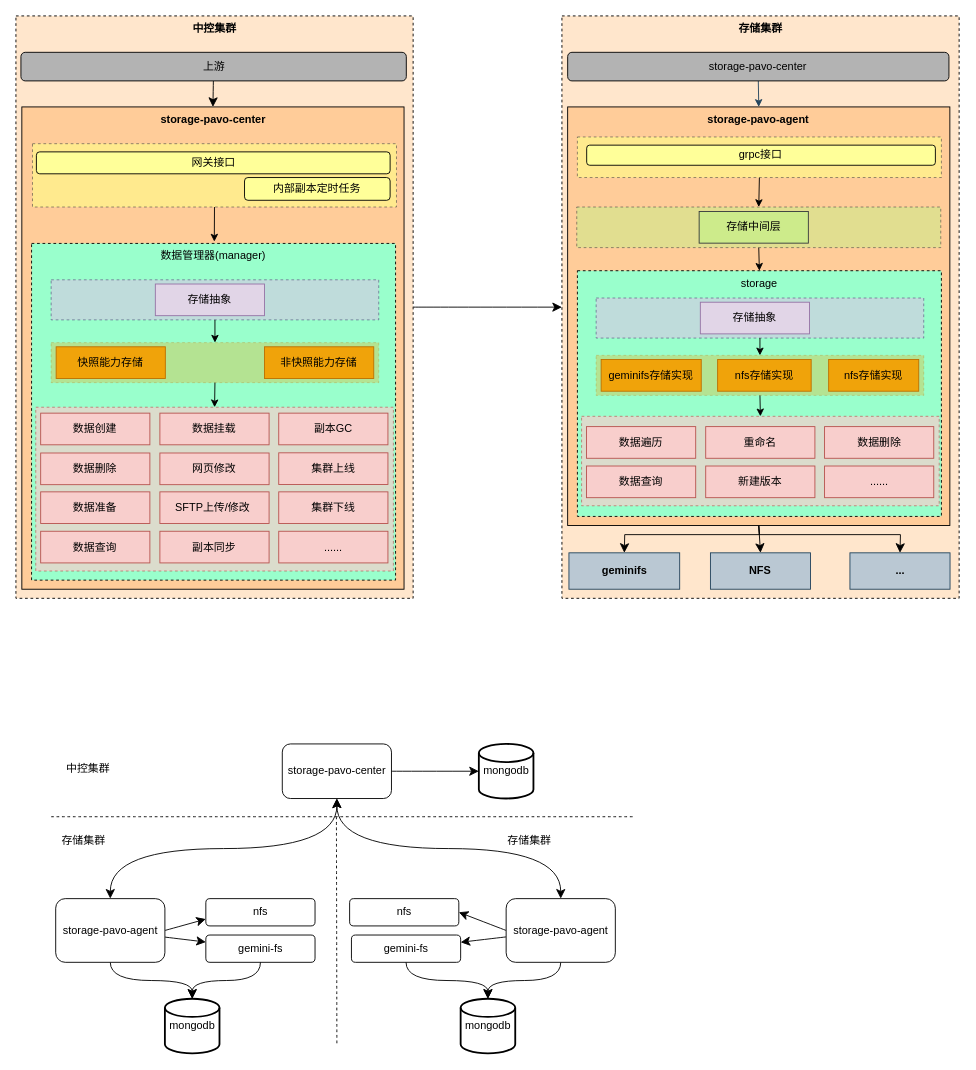
Earlier version of the draw.io diagram page "Page-2" (2 of 2) of 存储/智算中心存储改造.drawio (paochiang/draw). Source tidied: cells renumbered, new cells numbered last; positions are measured from the earlier drawing's top-left corner, leaving out a move shared by most shapes. Both pictures are drawn from the tidied source at 91%, with x=0, y=0 at pixel (15, 15).
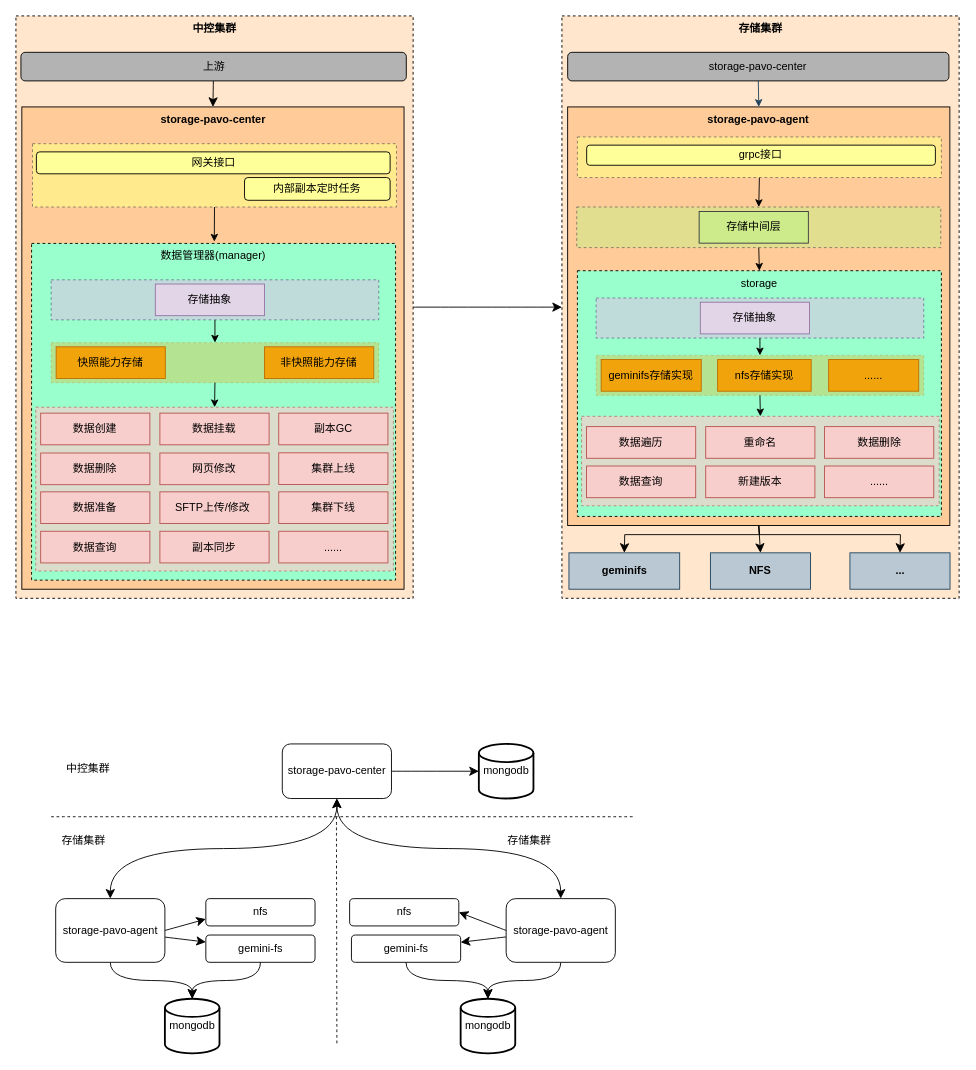
After the change.

Commit message (it also covers changes not shown here):
Update 智算中心存储改造.drawio

The change refers to these unchanged cells:
```xml
<mxCell id="44" style="group;" parent="1" vertex="1">
  <mxGeometry x="643.1" y="377.6" width="349" height="34.8" as="geometry" />
</mxCell>
```

The edit, as a diff of the source:
```diff
@@
-    <mxCell id="46" value="nfs存储实现" style="rounded=0;whiteSpace=wrap;html=1;strokeColor=#BD7000;fillColor=#f0a30a;fontColor=#000000;" parent="44" vertex="1">
+    <mxCell id="46" value="......" style="rounded=0;whiteSpace=wrap;html=1;strokeColor=#BD7000;fillColor=#f0a30a;fontColor=#000000;" parent="44" vertex="1">
       <mxGeometry x="250" width="99" height="34.8" as="geometry" />
     </mxCell>
```
